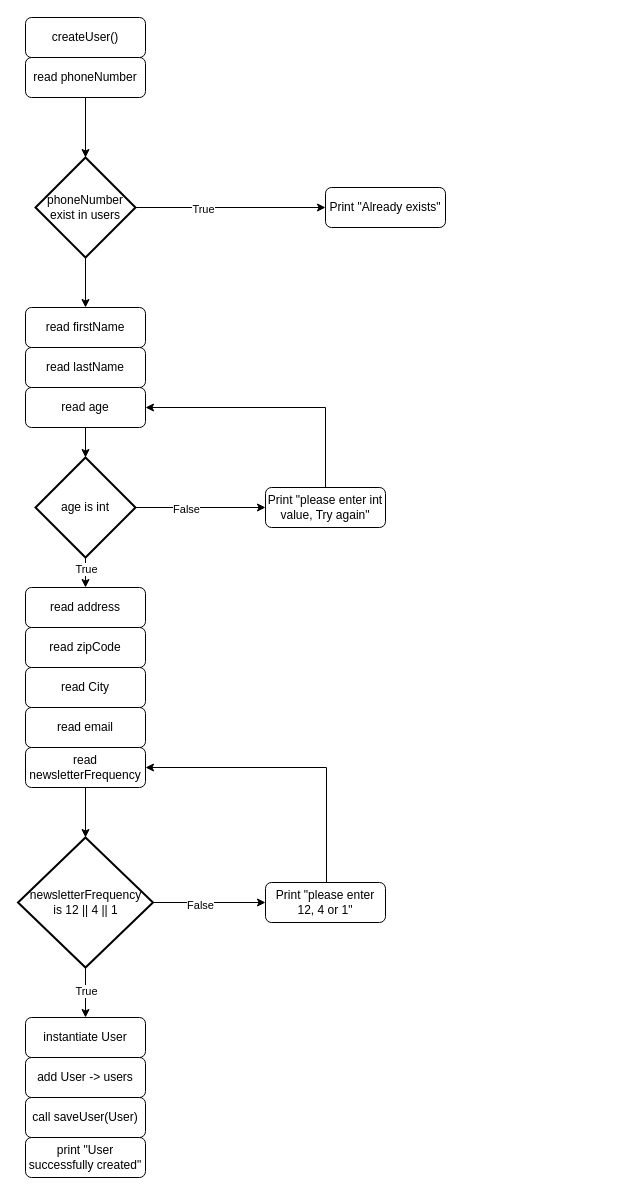
Above: Diagrams/createUserFlowChart.drawio in stoffer123/GF2_Projekt (draw.io), before the change. Source tidied: cells renumbered, new cells numbered last; positions are measured from the earlier drawing's top-left corner, leaving out a move shared by most shapes. Both pictures are drawn from the tidied source at 100%, with x=0, y=0 at pixel (17, 17).
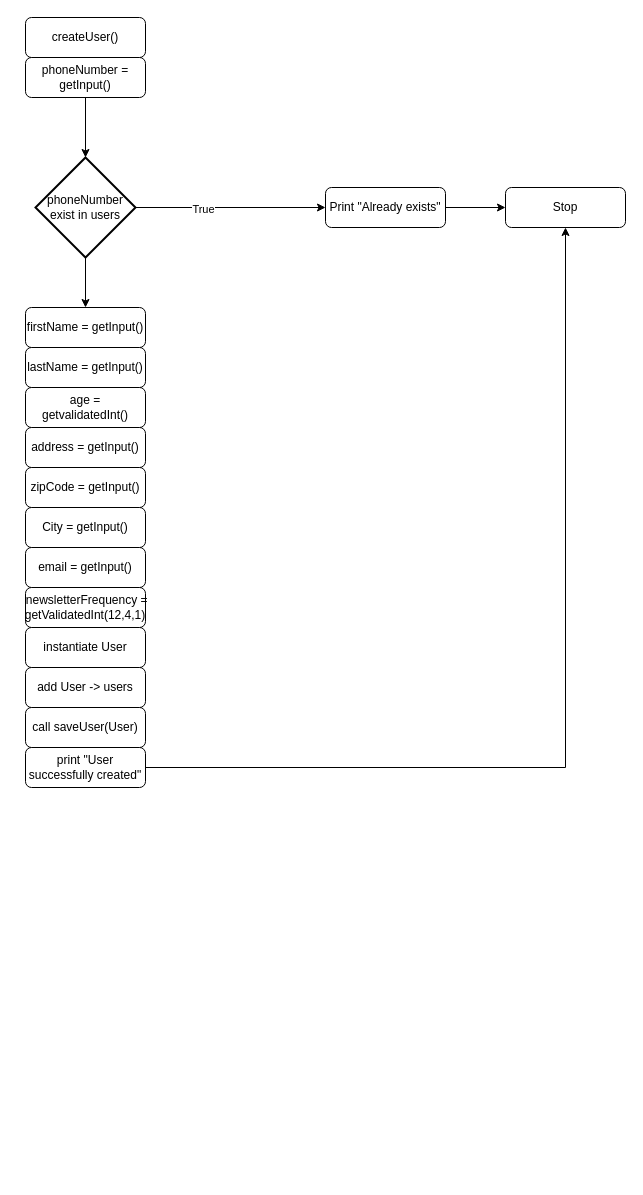
Above is the later version.

Commit message (it also covers changes not shown here):
Updated createUser() flowchart

Unchanged cells that the change refers to:
```xml
<mxCell id="9" value="Print &quot;Already exists&quot;" style="rounded=1;whiteSpace=wrap;html=1;fontSize=12;glass=0;strokeWidth=1;shadow=0;" parent="1" vertex="1">
  <mxGeometry x="308" y="170" width="120" height="40" as="geometry" />
</mxCell>
```

What changed in the source:
```diff
@@
-    <mxCell id="3" value="read phoneNumber" style="rounded=1;whiteSpace=wrap;html=1;fontSize=12;glass=0;strokeWidth=1;shadow=0;" parent="1" vertex="1">
+    <mxCell id="3" value="phoneNumber = getInput()" style="rounded=1;whiteSpace=wrap;html=1;fontSize=12;glass=0;strokeWidth=1;shadow=0;" parent="1" vertex="1">
       <mxGeometry x="8" y="40" width="120" height="40" as="geometry" />
     </mxCell>
@@
+    <mxCell id="38" style="edgeStyle=orthogonalEdgeStyle;rounded=0;jettySize=auto;html=1;" parent="1" edge="1" source="9" target="40">
+      <mxGeometry relative="1" as="geometry" />
+    </mxCell>
@@
-    <mxCell id="10" value="read firstName" style="rounded=1;whiteSpace=wrap;html=1;fontSize=12;glass=0;strokeWidth=1;shadow=0;" parent="1" vertex="1">
+    <mxCell id="10" value="firstName = getInput()" style="rounded=1;whiteSpace=wrap;html=1;fontSize=12;glass=0;strokeWidth=1;shadow=0;" parent="1" vertex="1">
       <mxGeometry x="8" y="290" width="120" height="40" as="geometry" />
     </mxCell>
-    <mxCell id="11" value="read lastName" style="rounded=1;whiteSpace=wrap;html=1;fontSize=12;glass=0;strokeWidth=1;shadow=0;" parent="1" vertex="1">
+    <mxCell id="11" value="lastName&amp;nbsp;= getInput()" style="rounded=1;whiteSpace=wrap;html=1;fontSize=12;glass=0;strokeWidth=1;shadow=0;" parent="1" vertex="1">
       <mxGeometry x="8" y="330" width="120" height="40" as="geometry" />
     </mxCell>
-    <mxCell id="12" style="edgeStyle=orthogonalEdgeStyle;rounded=0;jettySize=auto;html=1;" parent="1" edge="1" source="13" target="18">
+    <mxCell id="12" style="edgeStyle=orthogonalEdgeStyle;rounded=0;jettySize=auto;html=1;entryX=0.5;entryY=0;entryDx=0;entryDy=0;" parent="1" edge="1" source="13" target="21">
       <mxGeometry relative="1" as="geometry" />
     </mxCell>
-    <mxCell id="13" value="read age" style="rounded=1;whiteSpace=wrap;html=1;fontSize=12;glass=0;strokeWidth=1;shadow=0;" parent="1" vertex="1">
+    <mxCell id="13" value="age&amp;nbsp;= getvalidatedInt()" style="rounded=1;whiteSpace=wrap;html=1;fontSize=12;glass=0;strokeWidth=1;shadow=0;" parent="1" vertex="1">
       <mxGeometry x="8" y="370" width="120" height="40" as="geometry" />
     </mxCell>
-    <mxCell id="14" style="edgeStyle=orthogonalEdgeStyle;rounded=0;jettySize=auto;html=1;entryX=0;entryY=0.5;entryDx=0;entryDy=0;" parent="1" edge="1" source="18" target="20">
-      <mxGeometry relative="1" as="geometry" />
-    </mxCell>
-    <mxCell id="15" value="False" style="edgeLabel;html=1;align=center;verticalAlign=middle;" parent="14" vertex="1">
-      <mxGeometry x="-0.23" y="-1" relative="1" as="geometry" />
-    </mxCell>
-    <mxCell id="16" style="edgeStyle=orthogonalEdgeStyle;rounded=0;jettySize=auto;html=1;entryX=0.5;entryY=0;entryDx=0;entryDy=0;" parent="1" edge="1" source="18" target="21">
-      <mxGeometry relative="1" as="geometry" />
-    </mxCell>
-    <mxCell id="17" value="True" style="edgeLabel;html=1;align=center;verticalAlign=middle;" parent="16" vertex="1">
-      <mxGeometry x="0.24" relative="1" as="geometry" />
-    </mxCell>
-    <mxCell id="18" value="age is int" style="strokeWidth=2;html=1;shape=mxgraph.flowchart.decision;whiteSpace=wrap;" parent="1" vertex="1">
-      <mxGeometry x="18" y="440" width="100" height="100" as="geometry" />
-    </mxCell>
-    <mxCell id="19" style="edgeStyle=orthogonalEdgeStyle;rounded=0;jettySize=auto;html=1;entryX=1;entryY=0.5;entryDx=0;entryDy=0;" parent="1" edge="1" source="20" target="13">
-      <mxGeometry relative="1" as="geometry">
-        <Array as="points">
-          <mxPoint x="308" y="390" />
-        </Array>
-      </mxGeometry>
-    </mxCell>
-    <mxCell id="20" value="Print &quot;please enter int value, Try again&quot;" style="rounded=1;whiteSpace=wrap;html=1;fontSize=12;glass=0;strokeWidth=1;shadow=0;" parent="1" vertex="1">
-      <mxGeometry x="248" y="470" width="120" height="40" as="geometry" />
-    </mxCell>
-    <mxCell id="21" value="read address" style="rounded=1;whiteSpace=wrap;html=1;fontSize=12;glass=0;strokeWidth=1;shadow=0;" parent="1" vertex="1">
-      <mxGeometry x="8" y="570" width="120" height="40" as="geometry" />
+    <mxCell id="21" value="address&amp;nbsp;= getInput()" style="rounded=1;whiteSpace=wrap;html=1;fontSize=12;glass=0;strokeWidth=1;shadow=0;" parent="1" vertex="1">
+      <mxGeometry x="8" y="410" width="120" height="40" as="geometry" />
     </mxCell>
-    <mxCell id="22" value="read zipCode" style="rounded=1;whiteSpace=wrap;html=1;fontSize=12;glass=0;strokeWidth=1;shadow=0;" parent="1" vertex="1">
-      <mxGeometry x="8" y="610" width="120" height="40" as="geometry" />
+    <mxCell id="22" value="zipCode&amp;nbsp;= getInput()" style="rounded=1;whiteSpace=wrap;html=1;fontSize=12;glass=0;strokeWidth=1;shadow=0;" parent="1" vertex="1">
+      <mxGeometry x="8" y="450" width="120" height="40" as="geometry" />
     </mxCell>
-    <mxCell id="23" value="read City" style="rounded=1;whiteSpace=wrap;html=1;fontSize=12;glass=0;strokeWidth=1;shadow=0;" parent="1" vertex="1">
-      <mxGeometry x="8" y="650" width="120" height="40" as="geometry" />
+    <mxCell id="23" value="City&amp;nbsp;= getInput()" style="rounded=1;whiteSpace=wrap;html=1;fontSize=12;glass=0;strokeWidth=1;shadow=0;" parent="1" vertex="1">
+      <mxGeometry x="8" y="490" width="120" height="40" as="geometry" />
     </mxCell>
-    <mxCell id="24" value="read email" style="rounded=1;whiteSpace=wrap;html=1;fontSize=12;glass=0;strokeWidth=1;shadow=0;" parent="1" vertex="1">
-      <mxGeometry x="8" y="690" width="120" height="40" as="geometry" />
+    <mxCell id="24" value="email&amp;nbsp;= getInput()" style="rounded=1;whiteSpace=wrap;html=1;fontSize=12;glass=0;strokeWidth=1;shadow=0;" parent="1" vertex="1">
+      <mxGeometry x="8" y="530" width="120" height="40" as="geometry" />
     </mxCell>
-    <mxCell id="25" value="read newsletterFrequency" style="rounded=1;whiteSpace=wrap;html=1;fontSize=12;glass=0;strokeWidth=1;shadow=0;" parent="1" vertex="1">
-      <mxGeometry x="8" y="730" width="120" height="40" as="geometry" />
+    <mxCell id="25" value="&amp;nbsp;newsletterFrequency&amp;nbsp;= getValidatedInt(12,4,1)" style="rounded=1;whiteSpace=wrap;html=1;fontSize=12;glass=0;strokeWidth=1;shadow=0;" parent="1" vertex="1">
+      <mxGeometry x="8" y="570" width="120" height="40" as="geometry" />
     </mxCell>
-    <mxCell id="26" style="edgeStyle=orthogonalEdgeStyle;rounded=0;jettySize=auto;html=1;entryX=0;entryY=0.5;entryDx=0;entryDy=0;" parent="1" edge="1" source="30" target="33">
-      <mxGeometry relative="1" as="geometry" />
-    </mxCell>
-    <mxCell id="27" value="False" style="edgeLabel;html=1;align=center;verticalAlign=middle;" parent="26" vertex="1">
-      <mxGeometry x="-0.17" y="-2" relative="1" as="geometry" />
-    </mxCell>
-    <mxCell id="28" style="edgeStyle=orthogonalEdgeStyle;rounded=0;jettySize=auto;html=1;entryX=0.5;entryY=0;entryDx=0;entryDy=0;" parent="1" edge="1" source="30" target="34">
-      <mxGeometry relative="1" as="geometry" />
-    </mxCell>
-    <mxCell id="29" value="True" style="edgeLabel;html=1;align=center;verticalAlign=middle;" parent="28" vertex="1">
-      <mxGeometry x="-0.08" relative="1" as="geometry" />
-    </mxCell>
-    <mxCell id="30" value="newsletterFrequency&lt;div&gt;is 12 || 4 || 1&lt;/div&gt;" style="strokeWidth=2;html=1;shape=mxgraph.flowchart.decision;whiteSpace=wrap;" parent="1" vertex="1">
-      <mxGeometry x="0.5" y="820" width="135" height="130" as="geometry" />
-    </mxCell>
-    <mxCell id="31" style="edgeStyle=orthogonalEdgeStyle;rounded=0;jettySize=auto;html=1;entryX=0.5;entryY=0;entryDx=0;entryDy=0;entryPerimeter=0;" parent="1" edge="1" source="25" target="30">
-      <mxGeometry relative="1" as="geometry" />
-    </mxCell>
-    <mxCell id="32" style="edgeStyle=orthogonalEdgeStyle;rounded=0;jettySize=auto;html=1;" parent="1" edge="1" source="33" target="25">
-      <mxGeometry relative="1" as="geometry">
-        <Array as="points">
-          <mxPoint x="309" y="750" />
-        </Array>
-      </mxGeometry>
-    </mxCell>
-    <mxCell id="33" value="Print &quot;please enter 12, 4 or 1&quot;" style="rounded=1;whiteSpace=wrap;html=1;fontSize=12;glass=0;strokeWidth=1;shadow=0;" parent="1" vertex="1">
-      <mxGeometry x="248" y="865" width="120" height="40" as="geometry" />
-    </mxCell>
     <mxCell id="34" value="instantiate User" style="rounded=1;whiteSpace=wrap;html=1;fontSize=12;glass=0;strokeWidth=1;shadow=0;" parent="1" vertex="1">
-      <mxGeometry x="8" y="1000" width="120" height="40" as="geometry" />
+      <mxGeometry x="8" y="610" width="120" height="40" as="geometry" />
     </mxCell>
     <mxCell id="35" value="add User -&amp;gt; users" style="rounded=1;whiteSpace=wrap;html=1;fontSize=12;glass=0;strokeWidth=1;shadow=0;" parent="1" vertex="1">
-      <mxGeometry x="8" y="1040" width="120" height="40" as="geometry" />
+      <mxGeometry x="8" y="650" width="120" height="40" as="geometry" />
     </mxCell>
     <mxCell id="36" value="call saveUser(User)" style="rounded=1;whiteSpace=wrap;html=1;fontSize=12;glass=0;strokeWidth=1;shadow=0;" parent="1" vertex="1">
-      <mxGeometry x="8" y="1080" width="120" height="40" as="geometry" />
+      <mxGeometry x="8" y="690" width="120" height="40" as="geometry" />
     </mxCell>
+    <mxCell id="39" style="edgeStyle=orthogonalEdgeStyle;rounded=0;jettySize=auto;html=1;" parent="1" edge="1" source="37" target="40">
+      <mxGeometry relative="1" as="geometry" />
+    </mxCell>
     <mxCell id="37" value="print &quot;User successfully created&quot;" style="rounded=1;whiteSpace=wrap;html=1;fontSize=12;glass=0;strokeWidth=1;shadow=0;" parent="1" vertex="1">
-      <mxGeometry x="8" y="1120" width="120" height="40" as="geometry" />
+      <mxGeometry x="8" y="730" width="120" height="40" as="geometry" />
     </mxCell>
+    <mxCell id="40" value="Stop" style="rounded=1;whiteSpace=wrap;html=1;fontSize=12;glass=0;strokeWidth=1;shadow=0;" parent="1" vertex="1">
+      <mxGeometry x="488" y="170" width="120" height="40" as="geometry" />
+    </mxCell>
```
